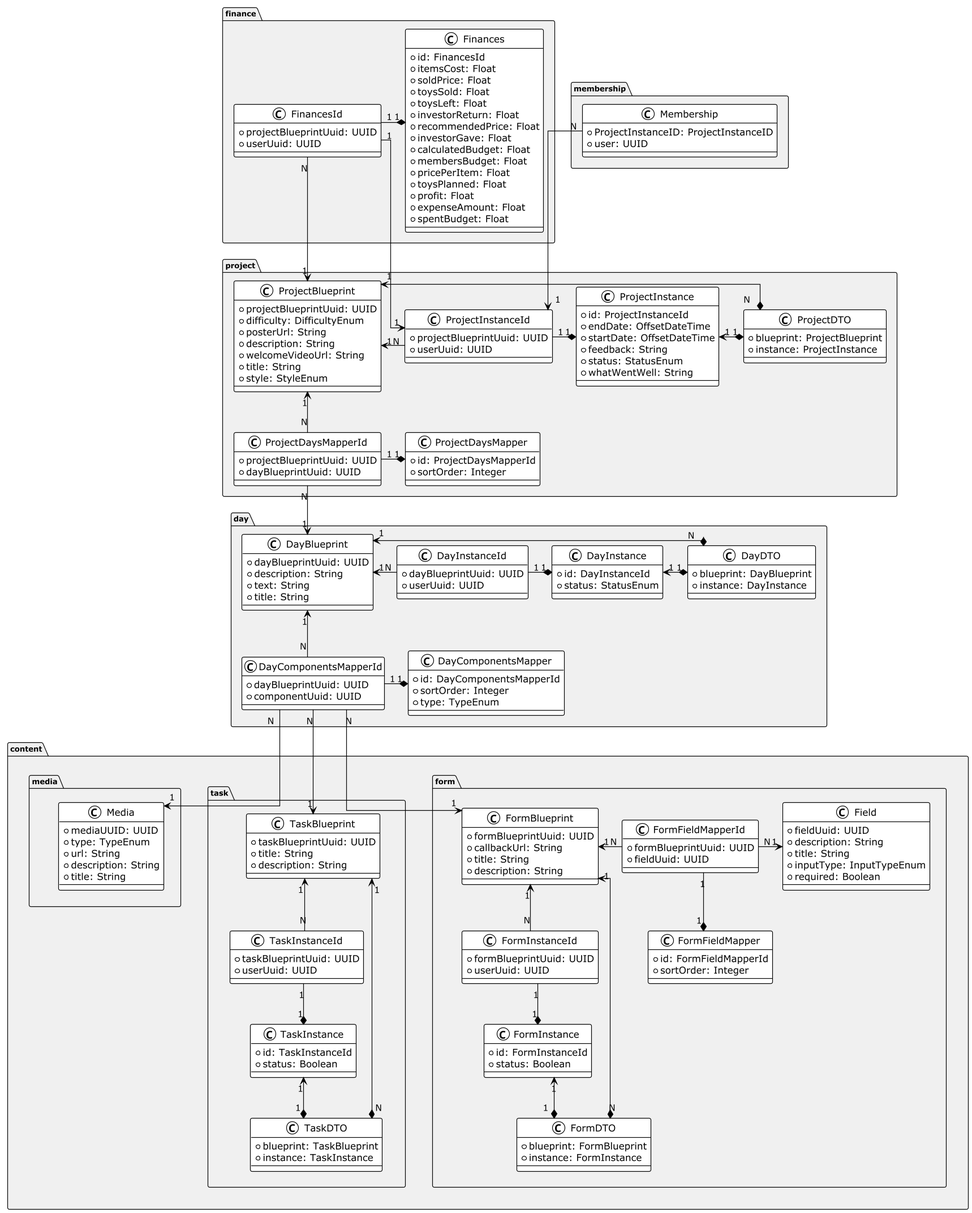
Above: docs/analysis/images/classes-diag.png in dmr4eg/la-infrastructure (PlantUML), before the change. Its source is kept beside it as docs/analysis/classes-diagram/classes-diag.plantuml.
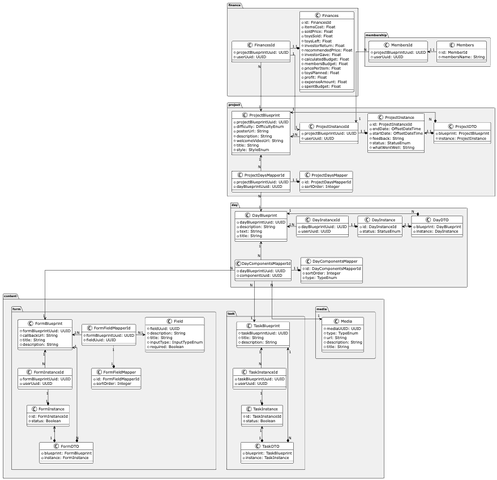
After the change.

Commit message:
updated classes diag

Change to the diagram source:
```diff
@@ -242,5 +242,7 @@
 
 media -right[hidden]-> task
 task -right[hidden]-> form
+task -right[hidden]-> form
+day -down[hidden]-> content
 
 @enduml
```
